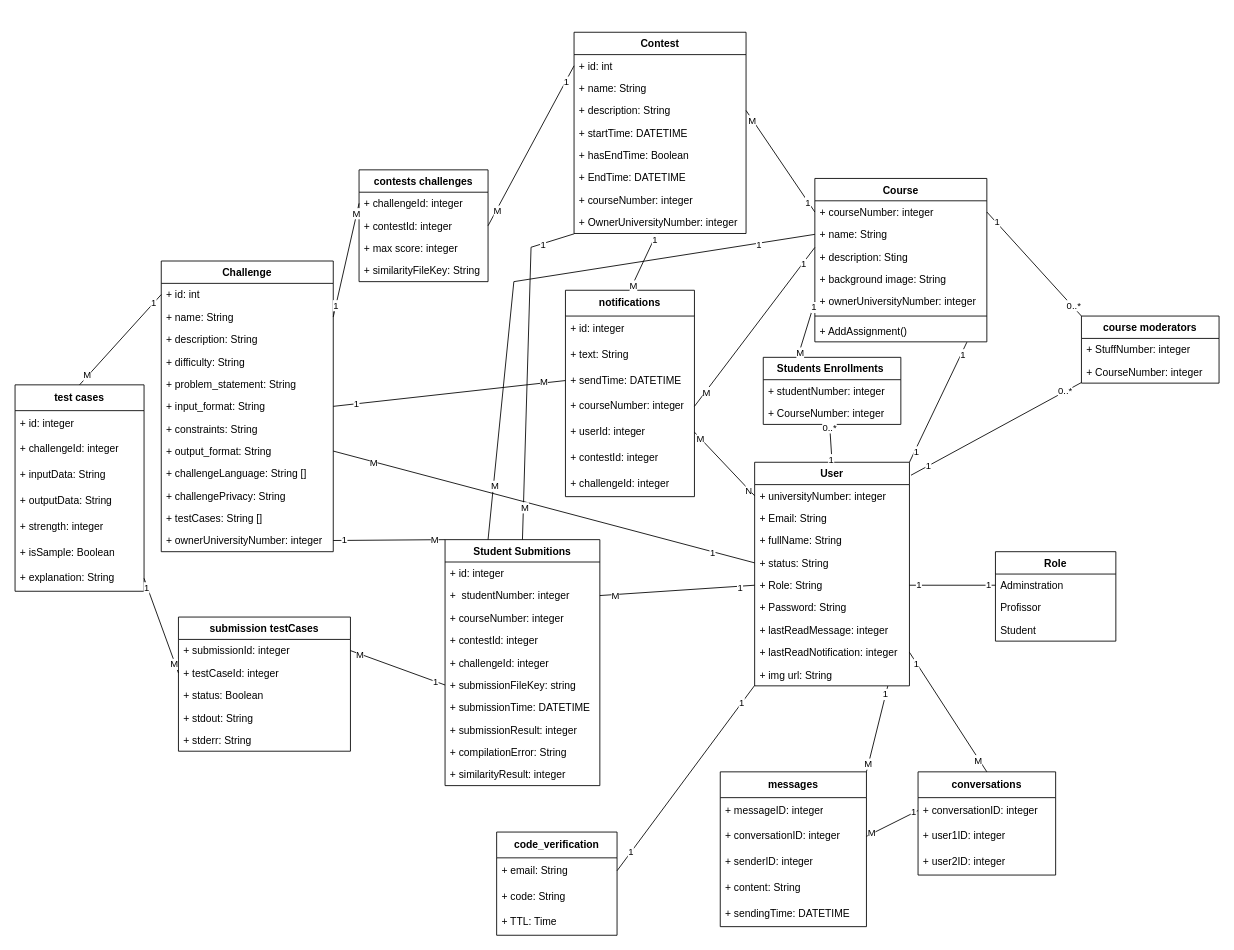
Before: Project Matirial/An-Najah Rank.drawio in Momen-Odeh/An-Najah-Rank, a draw.io diagram. Source tidied: cells renumbered, new cells numbered last; positions are measured from the earlier drawing's top-left corner, leaving out a move shared by most shapes. Both pictures are drawn from the tidied source at 86%, with x=0, y=0 at pixel (15, 32).
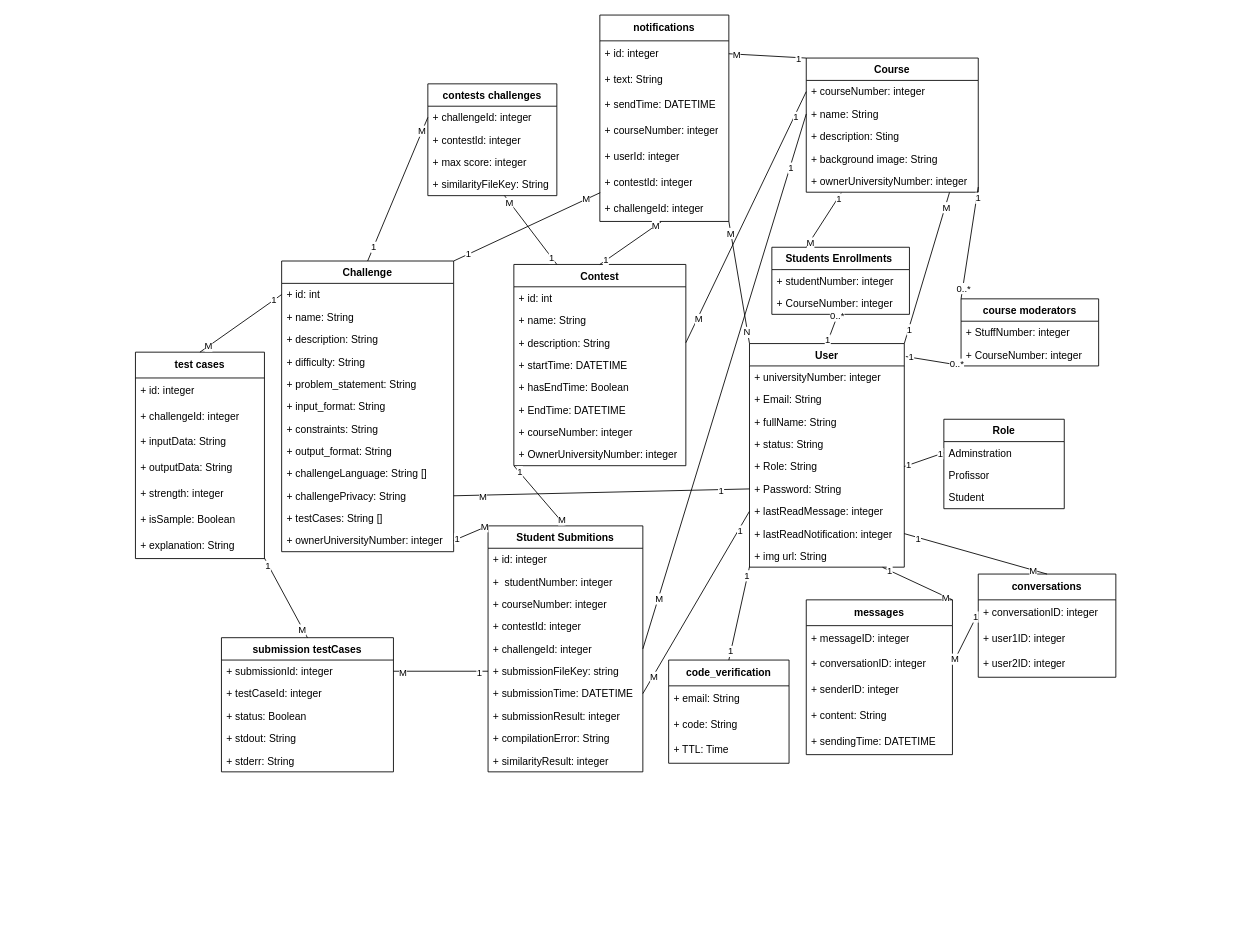
Above is the later version.

Commit message (it also covers changes not shown here):
finish project structure and UML diagram

Unchanged cells that the change refers to:
```xml
<mxCell id="3" value="+ universityNumber: integer" style="text;strokeColor=none;fillColor=none;align=left;verticalAlign=top;spacingLeft=4;spacingRight=4;overflow=hidden;points=[[0,0.5],[1,0.5]];portConstraint=eastwest;" parent="2" vertex="1">
<mxCell id="6" value="+ status: String" style="text;strokeColor=none;fillColor=none;align=left;verticalAlign=top;spacingLeft=4;spacingRight=4;overflow=hidden;points=[[0,0.5],[1,0.5]];portConstraint=eastwest;" parent="2" vertex="1">
<mxCell id="7" value="+ Role: String" style="text;strokeColor=none;fillColor=none;align=left;verticalAlign=top;spacingLeft=4;spacingRight=4;overflow=hidden;points=[[0,0.5],[1,0.5]];portConstraint=eastwest;" parent="2" vertex="1">
<mxCell id="8" value="+ Password: String" style="text;strokeColor=none;fillColor=none;align=left;verticalAlign=top;spacingLeft=4;spacingRight=4;overflow=hidden;points=[[0,0.5],[1,0.5]];portConstraint=eastwest;" parent="2" vertex="1">
<mxCell id="9" value="+ lastReadMessage: integer" style="text;strokeColor=none;fillColor=none;align=left;verticalAlign=top;spacingLeft=4;spacingRight=4;overflow=hidden;points=[[0,0.5],[1,0.5]];portConstraint=eastwest;" parent="2" vertex="1">
<mxCell id="11" value="+ img url: String " style="text;strokeColor=none;fillColor=none;align=left;verticalAlign=top;spacingLeft=4;spacingRight=4;overflow=hidden;points=[[0,0.5],[1,0.5]];portConstraint=eastwest;" parent="2" vertex="1">
<mxCell id="13" value="+ courseNumber: integer" style="text;strokeColor=none;fillColor=none;align=left;verticalAlign=top;spacingLeft=4;spacingRight=4;overflow=hidden;points=[[0,0.5],[1,0.5]];portConstraint=eastwest;" parent="12" vertex="1">
<mxCell id="14" value="+ name: String" style="text;strokeColor=none;fillColor=none;align=left;verticalAlign=top;spacingLeft=4;spacingRight=4;overflow=hidden;points=[[0,0.5],[1,0.5]];portConstraint=eastwest;" parent="12" vertex="1">
<mxCell id="15" value="+ description: Sting" style="text;strokeColor=none;fillColor=none;align=left;verticalAlign=top;spacingLeft=4;spacingRight=4;overflow=hidden;points=[[0,0.5],[1,0.5]];portConstraint=eastwest;" parent="12" vertex="1">
<mxCell id="17" value="+ ownerUniversityNumber: integer" style="text;strokeColor=none;fillColor=none;align=left;verticalAlign=top;spacingLeft=4;spacingRight=4;overflow=hidden;points=[[0,0.5],[1,0.5]];portConstraint=eastwest;" parent="12" vertex="1">
<mxCell id="22" value="+ name: String" style="text;strokeColor=none;fillColor=none;align=left;verticalAlign=top;spacingLeft=4;spacingRight=4;overflow=hidden;points=[[0,0.5],[1,0.5]];portConstraint=eastwest;" parent="20" vertex="1">
<mxCell id="26" value="+ input_format: String" style="text;strokeColor=none;fillColor=none;align=left;verticalAlign=top;spacingLeft=4;spacingRight=4;overflow=hidden;points=[[0,0.5],[1,0.5]];portConstraint=eastwest;" parent="20" vertex="1">
<mxCell id="28" value="+ output_format: String" style="text;strokeColor=none;fillColor=none;align=left;verticalAlign=top;spacingLeft=4;spacingRight=4;overflow=hidden;points=[[0,0.5],[1,0.5]];portConstraint=eastwest;" parent="20" vertex="1">
<mxCell id="30" value="+ challengePrivacy: String" style="text;strokeColor=none;fillColor=none;align=left;verticalAlign=top;spacingLeft=4;spacingRight=4;overflow=hidden;points=[[0,0.5],[1,0.5]];portConstraint=eastwest;" parent="20" vertex="1">
<mxCell id="41" value="+  studentNumber: integer" style="text;strokeColor=none;fillColor=none;align=left;verticalAlign=top;spacingLeft=4;spacingRight=4;overflow=hidden;points=[[0,0.5],[1,0.5]];portConstraint=eastwest;" parent="39" vertex="1">
<mxCell id="44" value="+ challengeId: integer" style="text;strokeColor=none;fillColor=none;align=left;verticalAlign=top;spacingLeft=4;spacingRight=4;overflow=hidden;points=[[0,0.5],[1,0.5]];portConstraint=eastwest;" parent="39" vertex="1">
<mxCell id="46" value="+ submissionTime: DATETIME" style="text;strokeColor=none;fillColor=none;align=left;verticalAlign=top;spacingLeft=4;spacingRight=4;overflow=hidden;points=[[0,0.5],[1,0.5]];portConstraint=eastwest;" parent="39" vertex="1">
<mxCell id="55" value="+ id: int" style="text;strokeColor=none;fillColor=none;align=left;verticalAlign=top;spacingLeft=4;spacingRight=4;overflow=hidden;points=[[0,0.5],[1,0.5]];portConstraint=eastwest;" parent="54" vertex="1">
<mxCell id="62" value="+ OwnerUniversityNumber: integer" style="text;strokeColor=none;fillColor=none;align=left;verticalAlign=top;spacingLeft=4;spacingRight=4;overflow=hidden;points=[[0,0.5],[1,0.5]];portConstraint=eastwest;" parent="54" vertex="1">
<mxCell id="64" value="+ challengeId: integer" style="text;strokeColor=none;fillColor=none;align=left;verticalAlign=top;spacingLeft=4;spacingRight=4;overflow=hidden;points=[[0,0.5],[1,0.5]];portConstraint=eastwest;" parent="63" vertex="1">
<mxCell id="65" value="+ contestId: integer" style="text;strokeColor=none;fillColor=none;align=left;verticalAlign=top;spacingLeft=4;spacingRight=4;overflow=hidden;points=[[0,0.5],[1,0.5]];portConstraint=eastwest;" parent="63" vertex="1">
<mxCell id="67" value="+ similarityFileKey: String" style="text;strokeColor=none;fillColor=none;align=left;verticalAlign=top;spacingLeft=4;spacingRight=4;overflow=hidden;points=[[0,0.5],[1,0.5]];portConstraint=eastwest;" parent="63" vertex="1">
<mxCell id="69" value="+ email: String" style="text;strokeColor=none;fillColor=none;align=left;verticalAlign=middle;spacingLeft=4;spacingRight=4;overflow=hidden;points=[[0,0.5],[1,0.5]];portConstraint=eastwest;whiteSpace=wrap;html=1;" parent="68" vertex="1">
<mxCell id="73" value="+ id: integer" style="text;strokeColor=none;fillColor=none;align=left;verticalAlign=middle;spacingLeft=4;spacingRight=4;overflow=hidden;points=[[0,0.5],[1,0.5]];portConstraint=eastwest;whiteSpace=wrap;html=1;" parent="72" vertex="1">
<mxCell id="75" value="+ sendTime: DATETIME" style="text;strokeColor=none;fillColor=none;align=left;verticalAlign=middle;spacingLeft=4;spacingRight=4;overflow=hidden;points=[[0,0.5],[1,0.5]];portConstraint=eastwest;whiteSpace=wrap;html=1;" parent="72" vertex="1">
<mxCell id="76" value="+ courseNumber: integer" style="text;strokeColor=none;fillColor=none;align=left;verticalAlign=middle;spacingLeft=4;spacingRight=4;overflow=hidden;points=[[0,0.5],[1,0.5]];portConstraint=eastwest;whiteSpace=wrap;html=1;" parent="72" vertex="1">
<mxCell id="77" value="+ userId: integer" style="text;strokeColor=none;fillColor=none;align=left;verticalAlign=middle;spacingLeft=4;spacingRight=4;overflow=hidden;points=[[0,0.5],[1,0.5]];portConstraint=eastwest;whiteSpace=wrap;html=1;" parent="72" vertex="1">
<mxCell id="79" value="+ challengeId: integer" style="text;strokeColor=none;fillColor=none;align=left;verticalAlign=middle;spacingLeft=4;spacingRight=4;overflow=hidden;points=[[0,0.5],[1,0.5]];portConstraint=eastwest;whiteSpace=wrap;html=1;" parent="72" vertex="1">
<mxCell id="98" value="+ testCaseId: integer" style="text;strokeColor=none;fillColor=none;align=left;verticalAlign=top;spacingLeft=4;spacingRight=4;overflow=hidden;points=[[0,0.5],[1,0.5]];portConstraint=eastwest;" parent="96" vertex="1">
<mxCell id="109" value="+&amp;nbsp;explanation: String" style="text;strokeColor=none;fillColor=none;align=left;verticalAlign=middle;spacingLeft=4;spacingRight=4;overflow=hidden;points=[[0,0.5],[1,0.5]];portConstraint=eastwest;whiteSpace=wrap;html=1;" parent="102" vertex="1">
```

Diff of the diagram source:
```diff
@@
     <mxCell id="2" value="User" style="swimlane;fontStyle=1;align=center;verticalAlign=top;horizontal=1;startSize=26;" parent="1" vertex="1">
-      <mxGeometry x="860" y="500" width="180" height="260" as="geometry" />
+      <mxGeometry x="854" y="362" width="180" height="260" as="geometry" />
     </mxCell>
@@
     <mxCell id="12" value="Course" style="swimlane;fontStyle=1;align=center;verticalAlign=top;horizontal=1;startSize=26;" parent="1" vertex="1">
-      <mxGeometry x="930" y="170" width="200" height="190" as="geometry" />
+      <mxGeometry x="920" y="30" width="200" height="156" as="geometry" />
     </mxCell>
@@
-    <mxCell id="18" style="line;strokeWidth=1;fillColor=none;align=left;verticalAlign=middle;spacingTop=-1;spacingLeft=3;spacingRight=3;labelPosition=right;" parent="12" vertex="1">
-      <mxGeometry y="156" width="200" height="8" as="geometry" />
-    </mxCell>
-    <mxCell id="19" value="+ AddAssignment()" style="text;strokeColor=none;fillColor=none;align=left;verticalAlign=top;spacingLeft=4;spacingRight=4;overflow=hidden;points=[[0,0.5],[1,0.5]];portConstraint=eastwest;" parent="12" vertex="1">
-      <mxGeometry y="164" width="200" height="26" as="geometry" />
-    </mxCell>
     <mxCell id="20" value="Challenge" style="swimlane;fontStyle=1;align=center;verticalAlign=top;horizontal=1;startSize=26;" parent="1" vertex="1">
-      <mxGeometry x="170" y="266" width="200" height="338" as="geometry" />
+      <mxGeometry x="310" y="266" width="200" height="338" as="geometry" />
     </mxCell>
@@
     <mxCell id="33" value="course moderators" style="swimlane;fontStyle=1;align=center;verticalAlign=top;horizontal=1;startSize=26;" parent="1" vertex="1">
-      <mxGeometry x="1240" y="330" width="160" height="78" as="geometry" />
+      <mxGeometry x="1100" y="310" width="160" height="78" as="geometry" />
     </mxCell>
@@
     <mxCell id="36" value="Students Enrollments " style="swimlane;fontStyle=1;align=center;verticalAlign=top;horizontal=1;startSize=26;" parent="1" vertex="1">
-      <mxGeometry x="870" y="378" width="160" height="78" as="geometry" />
+      <mxGeometry x="880" y="250" width="160" height="78" as="geometry" />
     </mxCell>
@@
     <mxCell id="39" value="Student Submitions" style="swimlane;fontStyle=1;align=center;verticalAlign=top;horizontal=1;startSize=26;" parent="1" vertex="1">
-      <mxGeometry x="500" y="590" width="180" height="286" as="geometry" />
+      <mxGeometry x="550" y="574" width="180" height="286" as="geometry" />
     </mxCell>
@@
     <mxCell id="50" value="Role" style="swimlane;fontStyle=1;horizontal=1;startSize=26;fillColor=none;" parent="1" vertex="1">
-      <mxGeometry x="1140" y="604" width="140" height="104" as="geometry" />
+      <mxGeometry x="1080" y="450" width="140" height="104" as="geometry" />
     </mxCell>
@@
     <mxCell id="54" value="Contest" style="swimlane;fontStyle=1;horizontal=1;startSize=26;fillColor=none;" parent="1" vertex="1">
-      <mxGeometry x="650" width="200" height="234" as="geometry" />
+      <mxGeometry x="580" y="270" width="200" height="234" as="geometry" />
     </mxCell>
@@
     <mxCell id="63" value="contests challenges" style="swimlane;fontStyle=1;horizontal=1;startSize=26;fillColor=none;" parent="1" vertex="1">
-      <mxGeometry x="400" y="160" width="150" height="130" as="geometry" />
+      <mxGeometry x="480" y="60" width="150" height="130" as="geometry" />
     </mxCell>
@@
     <mxCell id="68" value="&lt;b&gt;code_verification&lt;/b&gt;" style="swimlane;fontStyle=0;horizontal=1;startSize=30;whiteSpace=wrap;html=1;" parent="1" vertex="1">
-      <mxGeometry x="560" y="930" width="140" height="120" as="geometry" />
+      <mxGeometry x="760" y="730" width="140" height="120" as="geometry" />
     </mxCell>
@@
     <mxCell id="72" value="&lt;b&gt;notifications&lt;/b&gt;" style="swimlane;fontStyle=0;horizontal=1;startSize=30;whiteSpace=wrap;html=1;" parent="1" vertex="1">
-      <mxGeometry x="640" y="300" width="150" height="240" as="geometry" />
+      <mxGeometry x="680" y="-20" width="150" height="240" as="geometry" />
     </mxCell>
@@
-    <mxCell id="80" style="endArrow=none;html=1;rounded=0;exitX=1;exitY=0.5;exitDx=0;exitDy=0;entryX=0;entryY=0.981;entryDx=0;entryDy=0;entryPerimeter=0;" parent="1" edge="1" source="69" target="11">
+    <mxCell id="80" style="endArrow=none;html=1;rounded=0;exitX=0.5;exitY=0;exitDx=0;exitDy=0;entryX=0;entryY=0.981;entryDx=0;entryDy=0;entryPerimeter=0;" parent="1" edge="1" source="68" target="11">
       <mxGeometry relative="1" as="geometry" />
     </mxCell>
@@
-    <mxCell id="83" style="endArrow=none;html=1;rounded=0;exitX=0;exitY=0.5;exitDx=0;exitDy=0;entryX=1;entryY=0.5;entryDx=0;entryDy=0;" parent="1" edge="1" source="3" target="77">
+    <mxCell id="83" style="endArrow=none;html=1;rounded=0;exitX=0;exitY=0;exitDx=0;exitDy=0;entryX=1;entryY=0.998;entryDx=0;entryDy=0;entryPerimeter=0;" parent="1" edge="1" source="2" target="79">
       <mxGeometry relative="1" as="geometry" />
     </mxCell>
@@
     <mxCell id="86" value="&lt;b&gt;conversations&lt;/b&gt;" style="swimlane;fontStyle=0;horizontal=1;startSize=30;whiteSpace=wrap;html=1;" parent="1" vertex="1">
-      <mxGeometry x="1050" y="860" width="160" height="120" as="geometry" />
+      <mxGeometry x="1120" y="630" width="160" height="120" as="geometry" />
     </mxCell>
@@
     <mxCell id="90" value="&lt;b&gt;messages&lt;/b&gt;" style="swimlane;fontStyle=0;horizontal=1;startSize=30;whiteSpace=wrap;html=1;" parent="1" vertex="1">
-      <mxGeometry x="820" y="860" width="170" height="180" as="geometry" />
+      <mxGeometry x="920" y="660" width="170" height="180" as="geometry" />
     </mxCell>
@@
     <mxCell id="96" value="submission testCases" style="swimlane;fontStyle=1;align=center;verticalAlign=top;horizontal=1;startSize=26;" parent="1" vertex="1">
-      <mxGeometry x="190" y="680" width="200" height="156" as="geometry" />
+      <mxGeometry x="240" y="704" width="200" height="156" as="geometry" />
     </mxCell>
@@
     <mxCell id="102" value="&lt;b&gt;test cases&lt;/b&gt;" style="swimlane;fontStyle=0;horizontal=1;startSize=30;whiteSpace=wrap;html=1;" parent="1" vertex="1">
-      <mxGeometry y="410" width="150" height="240" as="geometry" />
+      <mxGeometry x="140" y="372" width="150" height="240" as="geometry" />
     </mxCell>
@@
-    <mxCell id="113" style="endArrow=none;html=1;rounded=0;entryX=1;entryY=0.5;entryDx=0;entryDy=0;exitX=0;exitY=0.5;exitDx=0;exitDy=0;" parent="1" edge="1" source="7" target="41">
+    <mxCell id="113" style="endArrow=none;html=1;rounded=0;entryX=1;entryY=0.5;entryDx=0;entryDy=0;exitX=0;exitY=0.5;exitDx=0;exitDy=0;" parent="1" edge="1" source="9" target="46">
       <mxGeometry relative="1" as="geometry" />
     </mxCell>
@@
-    <mxCell id="116" style="endArrow=none;html=1;rounded=0;exitX=0;exitY=0.5;exitDx=0;exitDy=0;entryX=1;entryY=0.5;entryDx=0;entryDy=0;" parent="1" edge="1" source="55" target="65">
+    <mxCell id="116" style="endArrow=none;html=1;rounded=0;exitX=0.25;exitY=0;exitDx=0;exitDy=0;entryX=0.594;entryY=0.997;entryDx=0;entryDy=0;entryPerimeter=0;" parent="1" edge="1" source="54" target="67">
       <mxGeometry relative="1" as="geometry" />
     </mxCell>
@@
-    <mxCell id="122" style="endArrow=none;html=1;rounded=0;exitX=0;exitY=0.5;exitDx=0;exitDy=0;entryX=0.25;entryY=0;entryDx=0;entryDy=0;" parent="1" edge="1" source="17" target="36">
+    <mxCell id="122" style="endArrow=none;html=1;rounded=0;exitX=0.204;exitY=1.026;exitDx=0;exitDy=0;entryX=0.25;entryY=0;entryDx=0;entryDy=0;exitPerimeter=0;" parent="1" edge="1" source="17" target="36">
       <mxGeometry relative="1" as="geometry" />
     </mxCell>
@@
-    <mxCell id="125" style="endArrow=none;html=1;rounded=0;exitX=1;exitY=0.5;exitDx=0;exitDy=0;entryX=0;entryY=0;entryDx=0;entryDy=0;" parent="1" edge="1" source="13" target="33">
+    <mxCell id="125" style="endArrow=none;html=1;rounded=0;exitX=1;exitY=0.769;exitDx=0;exitDy=0;entryX=0;entryY=0;entryDx=0;entryDy=0;exitPerimeter=0;" parent="1" edge="1" source="17" target="33">
       <mxGeometry relative="1" as="geometry" />
     </mxCell>
@@
-    <mxCell id="134" style="endArrow=none;html=1;rounded=0;exitX=0.884;exitY=1.014;exitDx=0;exitDy=0;entryX=1;entryY=0;entryDx=0;entryDy=0;exitPerimeter=0;" parent="1" edge="1" source="19" target="2">
+    <mxCell id="134" style="endArrow=none;html=1;rounded=0;exitX=0.833;exitY=1.008;exitDx=0;exitDy=0;entryX=1;entryY=0;entryDx=0;entryDy=0;exitPerimeter=0;" parent="1" edge="1" source="17" target="2">
       <mxGeometry relative="1" as="geometry" />
     </mxCell>
@@
-    <mxCell id="136" value="1" style="edgeLabel;html=1;align=center;verticalAlign=middle;" parent="134" vertex="1">
+    <mxCell id="136" value="M" style="edgeLabel;html=1;align=center;verticalAlign=middle;" parent="134" vertex="1">
       <mxGeometry x="-0.8" y="1" relative="1" as="geometry" />
     </mxCell>
-    <mxCell id="137" style="endArrow=none;html=1;rounded=0;exitX=0;exitY=0.5;exitDx=0;exitDy=0;entryX=1;entryY=0.5;entryDx=0;entryDy=0;" parent="1" edge="1" source="6" target="28">
+    <mxCell id="137" style="endArrow=none;html=1;rounded=0;exitX=0;exitY=0.5;exitDx=0;exitDy=0;entryX=1;entryY=0.5;entryDx=0;entryDy=0;" parent="1" edge="1" source="8" target="30">
       <mxGeometry relative="1" as="geometry" />
     </mxCell>
@@
-    <mxCell id="152" style="endArrow=none;html=1;rounded=0;exitX=0;exitY=0.5;exitDx=0;exitDy=0;entryX=1;entryY=0.5;entryDx=0;entryDy=0;" parent="1" edge="1" source="98" target="109">
+    <mxCell id="152" style="endArrow=none;html=1;rounded=0;exitX=0.5;exitY=0;exitDx=0;exitDy=0;entryX=1;entryY=0.982;entryDx=0;entryDy=0;entryPerimeter=0;" parent="1" edge="1" source="96" target="109">
       <mxGeometry relative="1" as="geometry" />
     </mxCell>
@@
-    <mxCell id="155" style="endArrow=none;html=1;rounded=0;exitX=1;exitY=0.5;exitDx=0;exitDy=0;entryX=0;entryY=0.5;entryDx=0;entryDy=0;" parent="1" edge="1" source="22" target="64">
+    <mxCell id="155" style="endArrow=none;html=1;rounded=0;exitX=0.5;exitY=0;exitDx=0;exitDy=0;entryX=0;entryY=0.5;entryDx=0;entryDy=0;" parent="1" edge="1" source="20" target="64">
       <mxGeometry relative="1" as="geometry" />
     </mxCell>
@@
-    <mxCell id="161" style="endArrow=none;html=1;rounded=0;exitX=0;exitY=0.085;exitDx=0;exitDy=0;entryX=1;entryY=0.5;entryDx=0;entryDy=0;exitPerimeter=0;" parent="1" edge="1" source="15" target="76">
+    <mxCell id="161" style="endArrow=none;html=1;rounded=0;exitX=0;exitY=0;exitDx=0;exitDy=0;entryX=1;entryY=0.5;entryDx=0;entryDy=0;" parent="1" edge="1" source="12" target="73">
       <mxGeometry relative="1" as="geometry" />
     </mxCell>
@@
-    <mxCell id="164" style="endArrow=none;html=1;rounded=0;exitX=0.48;exitY=0.998;exitDx=0;exitDy=0;entryX=0.5;entryY=0;entryDx=0;entryDy=0;exitPerimeter=0;" parent="1" edge="1" source="62" target="72">
+    <mxCell id="164" style="endArrow=none;html=1;rounded=0;exitX=0.5;exitY=0;exitDx=0;exitDy=0;entryX=0.475;entryY=1.015;entryDx=0;entryDy=0;entryPerimeter=0;" parent="1" edge="1" source="54" target="79">
       <mxGeometry relative="1" as="geometry" />
     </mxCell>
@@
     <mxCell id="167" style="endArrow=none;html=1;rounded=0;entryX=0.5;entryY=0;entryDx=0;entryDy=0;exitX=0.001;exitY=1.013;exitDx=0;exitDy=0;exitPerimeter=0;" parent="1" edge="1" source="62" target="39">
-      <mxGeometry relative="1" as="geometry">
-        <Array as="points">
-          <mxPoint x="600" y="250" />
-        </Array>
-      </mxGeometry>
+      <mxGeometry relative="1" as="geometry" />
     </mxCell>
@@
-    <mxCell id="170" style="endArrow=none;html=1;rounded=0;entryX=0.5;entryY=0;entryDx=0;entryDy=0;exitX=0;exitY=0.5;exitDx=0;exitDy=0;" parent="1" edge="1" source="14">
-      <mxGeometry relative="1" as="geometry">
-        <mxPoint x="550" y="590" as="targetPoint" />
-        <Array as="points">
-          <mxPoint x="580" y="290" />
-        </Array>
-      </mxGeometry>
+    <mxCell id="170" style="endArrow=none;html=1;rounded=0;entryX=1;entryY=0.5;entryDx=0;entryDy=0;exitX=0;exitY=0.5;exitDx=0;exitDy=0;" parent="1" edge="1" source="14" target="44">
+      <mxGeometry relative="1" as="geometry" />
     </mxCell>
@@
-    <mxCell id="176" style="endArrow=none;html=1;rounded=0;exitX=1;exitY=0.5;exitDx=0;exitDy=0;entryX=0;entryY=0.5;entryDx=0;entryDy=0;" parent="1" edge="1" source="26" target="75">
+    <mxCell id="176" style="endArrow=none;html=1;rounded=0;exitX=1;exitY=0;exitDx=0;exitDy=0;entryX=0.003;entryY=-0.116;entryDx=0;entryDy=0;entryPerimeter=0;" parent="1" edge="1" source="20" target="79">
       <mxGeometry relative="1" as="geometry" />
     </mxCell>
```
